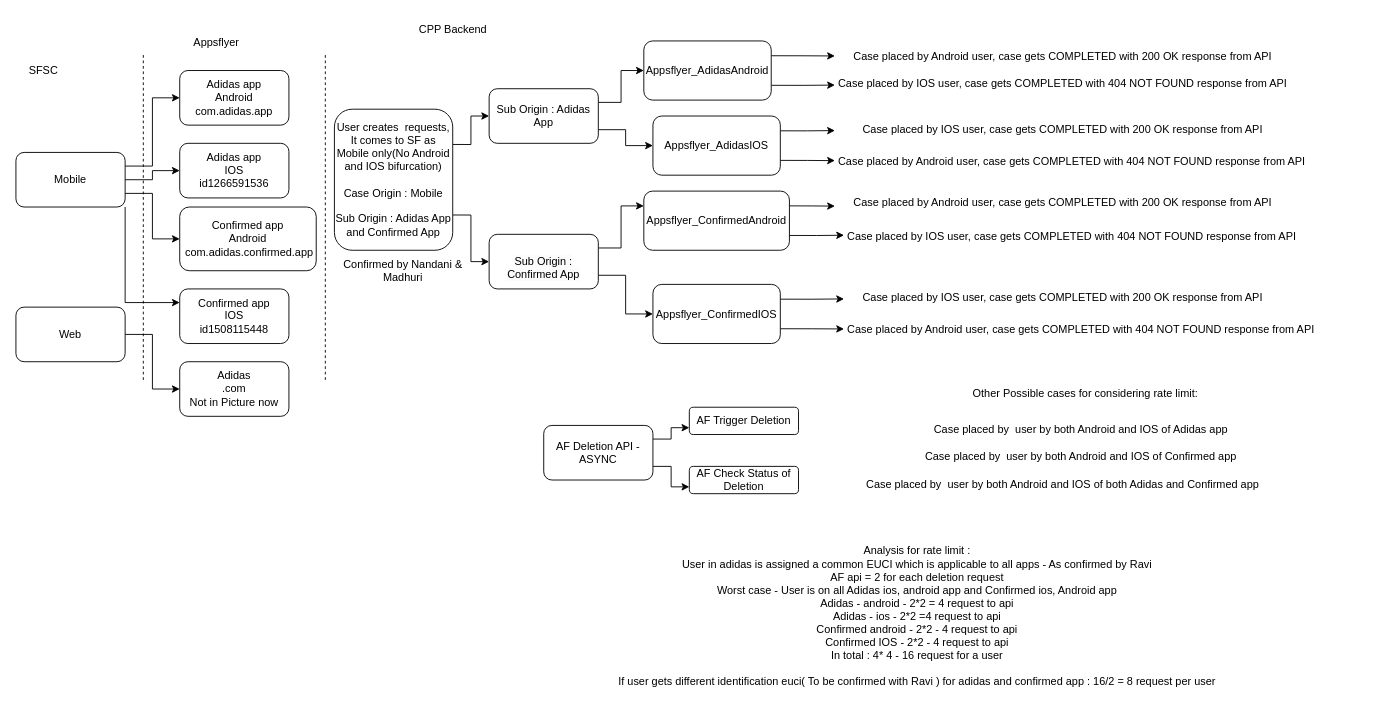
bhavana184/drawioDiagrams keeps this draw.io diagram as Appsflyer.drawio. Above is the earlier version. Source tidied: cells renumbered, new cells numbered last; positions are measured from the earlier drawing's top-left corner, leaving out a move shared by most shapes. Both pictures are drawn from the tidied source at 91%, with x=0, y=0 at pixel (15, 15).
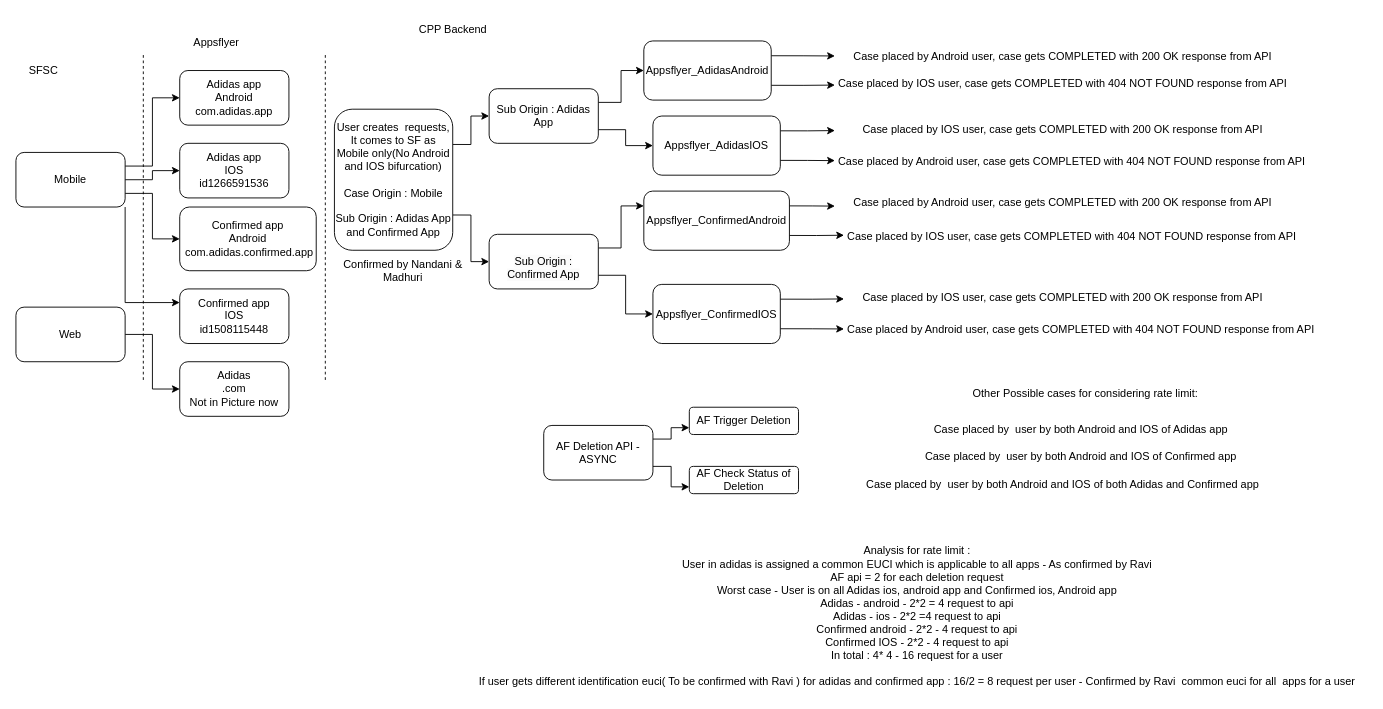
After the change.

The edit, as a diff of the source:
```diff
@@
-    <mxCell id="57" value="Analysis for rate limit :&lt;br&gt;User in adidas is assigned a common EUCI which is applicable to all apps - As confirmed by Ravi&lt;br&gt;AF api = 2 for each deletion request&lt;br&gt;Worst case - User is on all Adidas ios, android app and Confirmed ios, Android app&lt;br&gt;Adidas - android - 2*2 = 4 request to api&lt;br&gt;Adidas - ios - 2*2 =4 request to api&lt;br&gt;Confirmed android - 2*2 - 4 request to api&lt;br&gt;Confirmed IOS - 2*2 - 4 request to api&lt;br&gt;In total : 4* 4 - 16 request for a user&lt;br&gt;&lt;br&gt;If user gets different identification euci( To be confirmed with Ravi ) for adidas and confirmed app : 16/2 = 8 request per user" style="text;html=1;align=center;verticalAlign=middle;strokeColor=none;fillColor=none;" parent="1" vertex="1">
-      <mxGeometry x="650" y="575" width="680" height="170" as="geometry" />
+    <mxCell id="57" value="Analysis for rate limit :&lt;br&gt;User in adidas is assigned a common EUCI which is applicable to all apps - As confirmed by Ravi&lt;br&gt;AF api = 2 for each deletion request&lt;br&gt;Worst case - User is on all Adidas ios, android app and Confirmed ios, Android app&lt;br&gt;Adidas - android - 2*2 = 4 request to api&lt;br&gt;Adidas - ios - 2*2 =4 request to api&lt;br&gt;Confirmed android - 2*2 - 4 request to api&lt;br&gt;Confirmed IOS - 2*2 - 4 request to api&lt;br&gt;In total : 4* 4 - 16 request for a user&lt;br&gt;&lt;br&gt;If user gets different identification euci( To be confirmed with Ravi ) for adidas and confirmed app : 16/2 = 8 request per user - Confirmed by Ravi&amp;nbsp; common euci for all&amp;nbsp; apps for a user" style="text;html=1;align=center;verticalAlign=middle;strokeColor=none;fillColor=none;" parent="1" vertex="1">
+      <mxGeometry x="495" y="575" width="990" height="170" as="geometry" />
     </mxCell>
```
